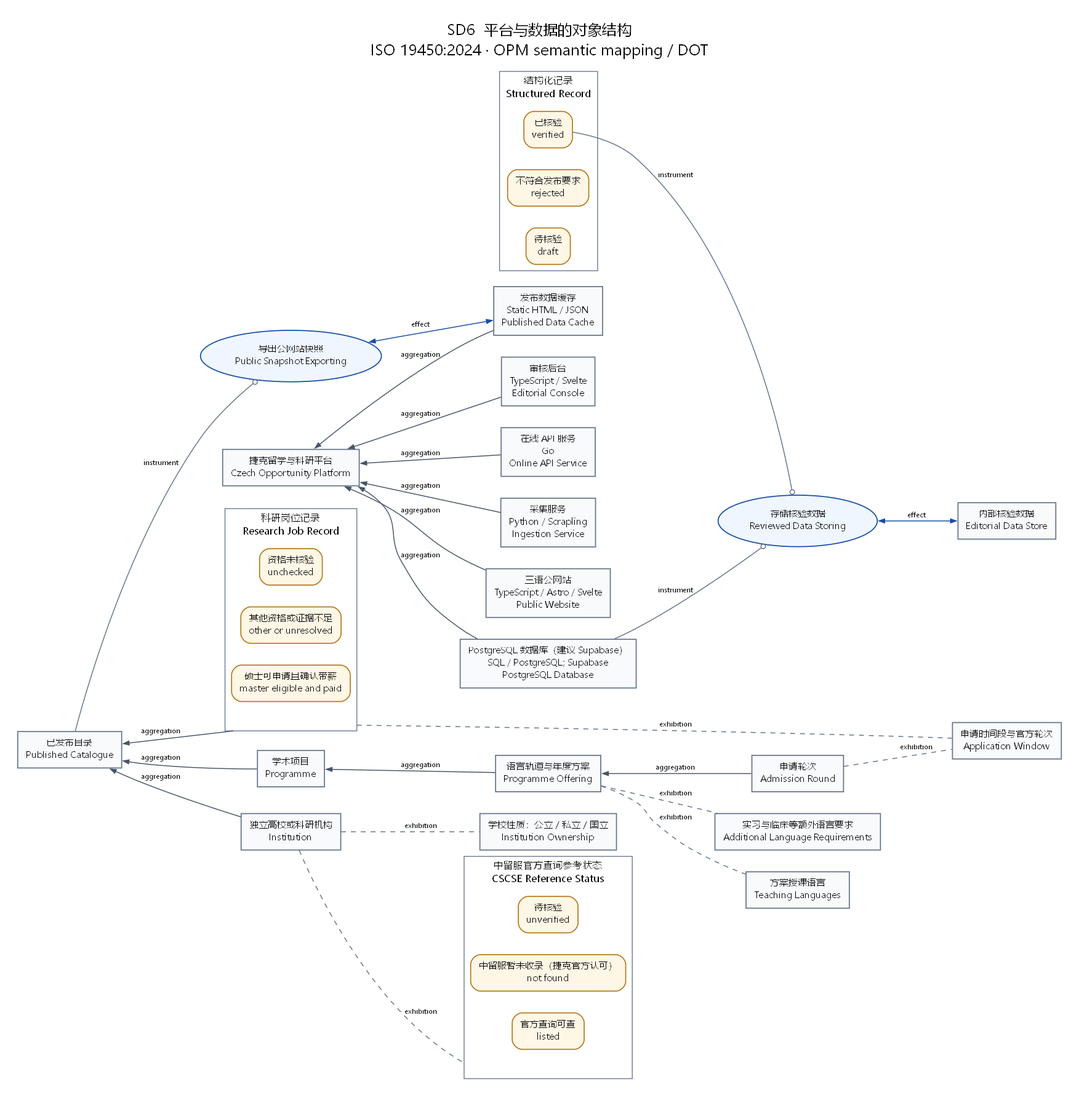
The Graphviz diagram opm/SD6.png in witold-andelie/Czech-Uni-Application, before a commit. Its source is kept beside it as opm/SD6.dot.
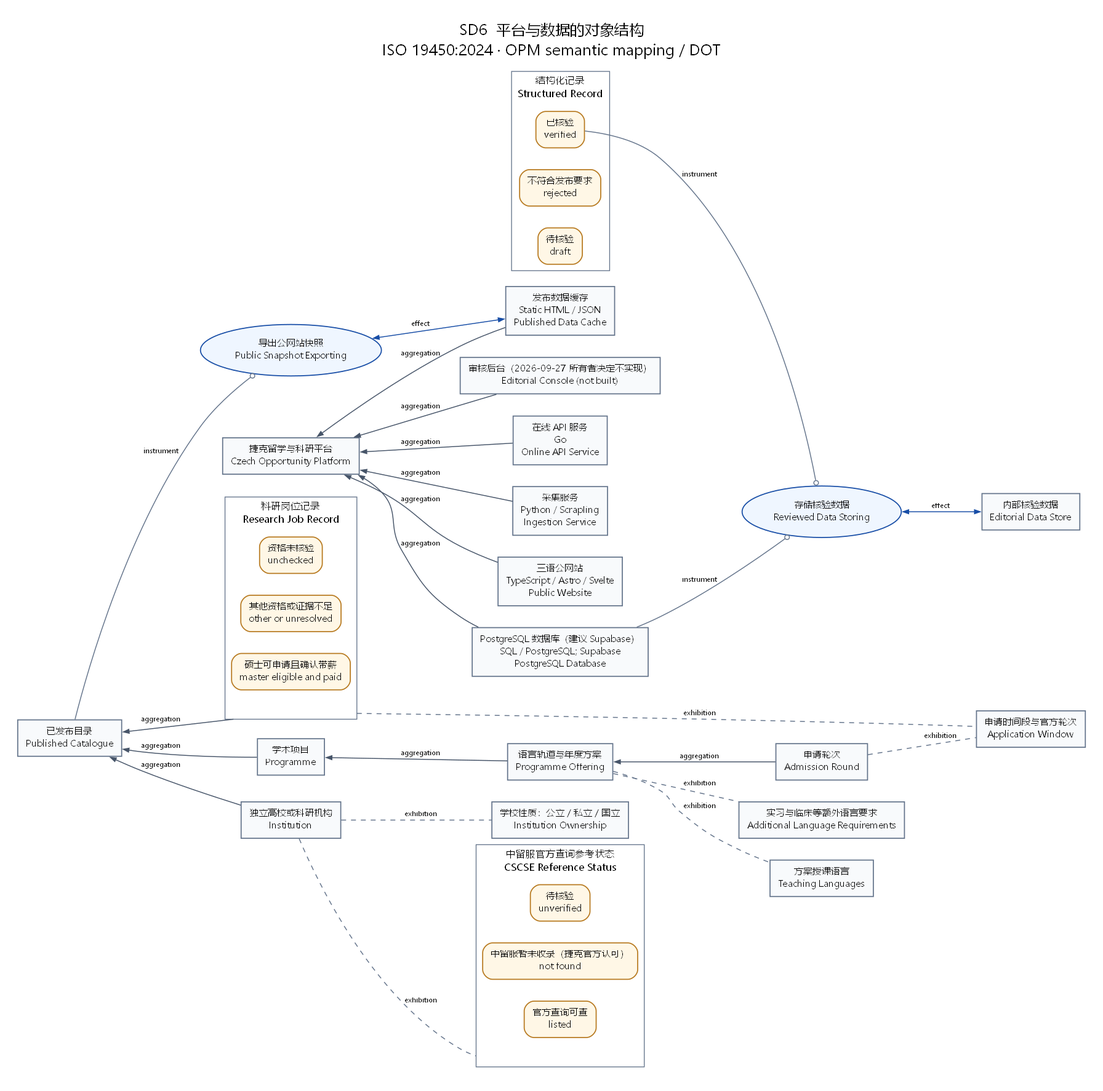
Above is the later version.

What changed in the source:
```diff
@@ -22,7 +22,7 @@
     notfound [label="中留服暂未收录（捷克官方认可）\nnot found", shape="box", style="rounded,filled", fillcolor="#FFF7E6", color="#B7791F", opm_kind="state", opm_owner="recognition"];
     unverifiedrecognition [label="待核验\nunverified", shape="box", style="rounded,filled", fillcolor="#FFF7E6", color="#B7791F", opm_kind="state", opm_owner="recognition"];
   }
-  admin [label="审核后台\nTypeScript / Svelte\nEditorial Console", shape="box", style="filled", fillcolor="#F8FAFC", color="#64748B", opm_kind="object"];
+  admin [label="审核后台（2026-09-27 所有者决定不实现）\nEditorial Console (not built)", shape="box", style="filled", fillcolor="#F8FAFC", color="#64748B", opm_kind="object"];
   api [label="在线 API 服务\nGo\nOnline API Service", shape="box", style="filled", fillcolor="#F8FAFC", color="#64748B", opm_kind="object"];
   cache [label="发布数据缓存\nStatic HTML / JSON\nPublished Data Cache", shape="box", style="filled", fillcolor="#F8FAFC", color="#64748B", opm_kind="object"];
   catalog [label="已发布目录\nPublished Catalogue", shape="box", style="filled", fillcolor="#F8FAFC", color="#64748B", opm_kind="object"];
```
